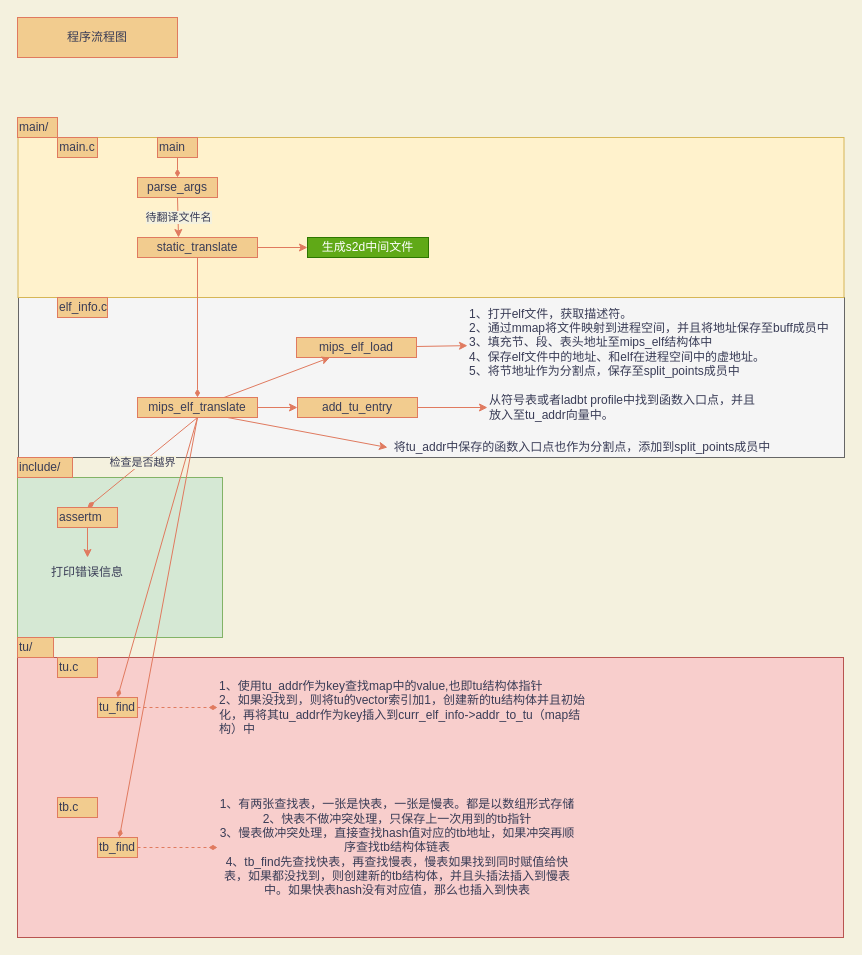
Earlier version of the draw.io diagram page "Page-2" (2 of 3) of lasbt/Lasbt.drawio (zintown/MindGraph). Source tidied: cells renumbered, new cells numbered last; positions are measured from the earlier drawing's top-left corner, leaving out a move shared by most shapes. Both pictures are drawn from the tidied source at 100%, with x=0, y=0 at pixel (17, 17).
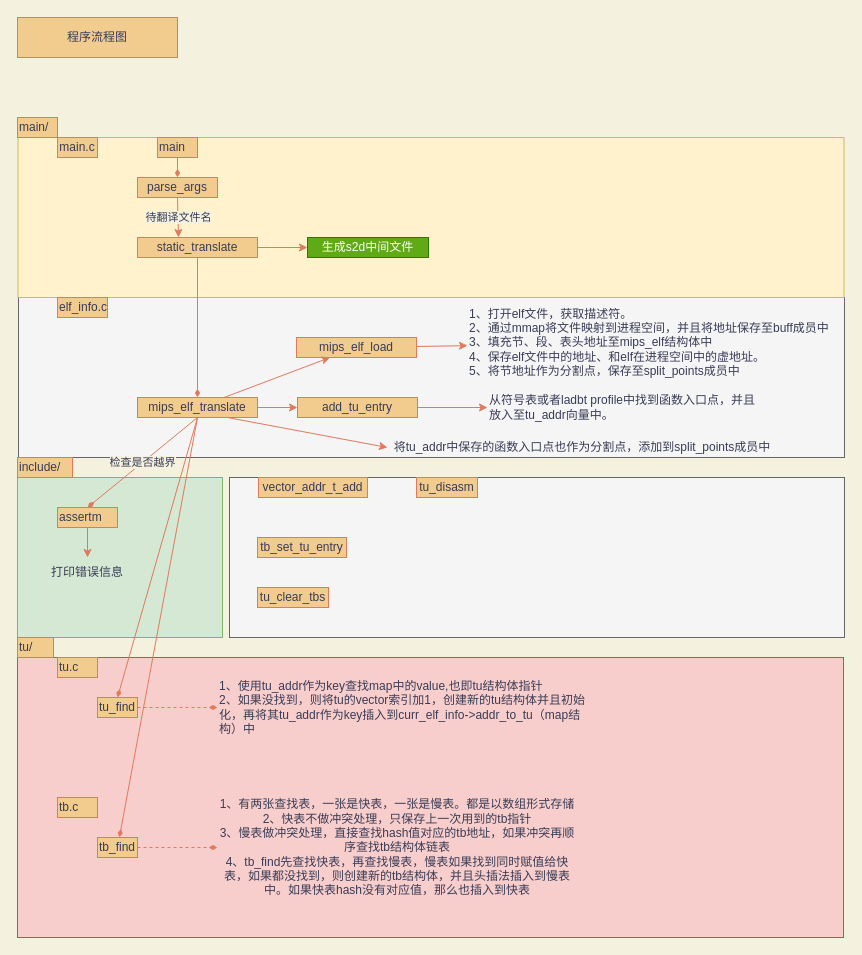
The same page after the edit.

What changed in the source:
```diff
@@
+    <mxCell id="45" style="rounded=0;whiteSpace=wrap;html=1;strokeColor=#666666;fillColor=#f5f5f5;align=left;fontColor=#333333;" parent="1" vertex="1">
+      <mxGeometry x="212" y="460" width="615" height="160" as="geometry" />
+    </mxCell>
@@
+    <mxCell id="46" value="vector_addr_t_add" style="rounded=0;whiteSpace=wrap;html=1;strokeColor=#E07A5F;fillColor=#F2CC8F;fontColor=#393C56;" parent="1" vertex="1">
+      <mxGeometry x="241" y="460" width="109" height="20" as="geometry" />
+    </mxCell>
+    <mxCell id="47" value="tu_clear_tbs" style="rounded=0;whiteSpace=wrap;html=1;strokeColor=#E07A5F;fillColor=#F2CC8F;fontColor=#393C56;" parent="1" vertex="1">
+      <mxGeometry x="240" y="570" width="71" height="20" as="geometry" />
+    </mxCell>
+    <mxCell id="48" value="tb_set_tu_entry" style="rounded=0;whiteSpace=wrap;html=1;strokeColor=#E07A5F;fillColor=#F2CC8F;fontColor=#393C56;" parent="1" vertex="1">
+      <mxGeometry x="240" y="520" width="89" height="20" as="geometry" />
+    </mxCell>
+    <mxCell id="49" value="tu_disasm" style="rounded=0;whiteSpace=wrap;html=1;strokeColor=#E07A5F;fillColor=#F2CC8F;fontColor=#393C56;" parent="1" vertex="1">
+      <mxGeometry x="399" y="460" width="61" height="20" as="geometry" />
+    </mxCell>
```
